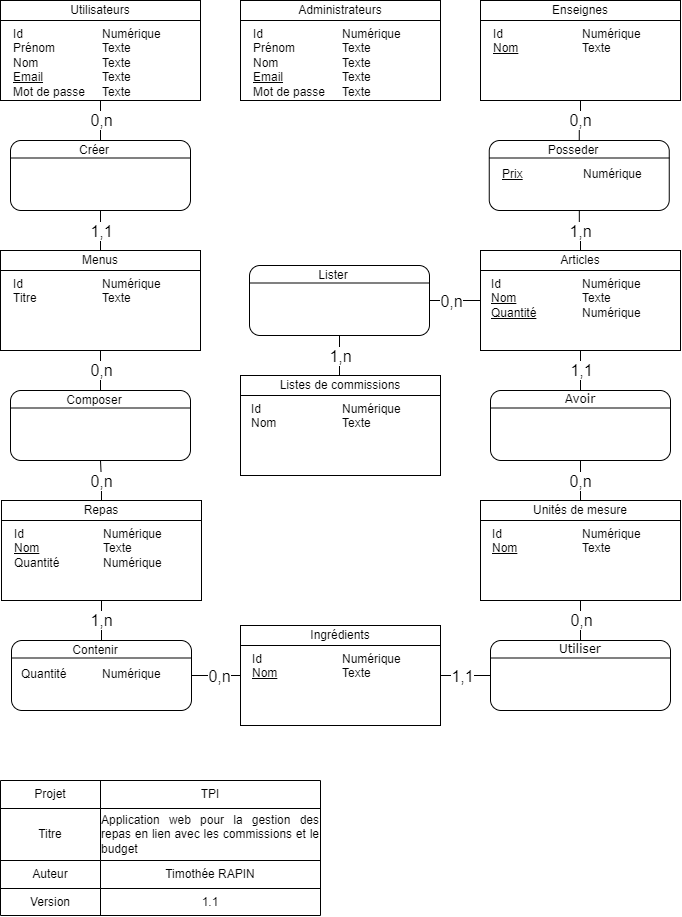
Before: Documentation/MCD-MLD/MCD.png, a diagram exported from draw.io (TimotheeRapin/WebAppGestionRepas). Source tidied: cells renumbered, new cells last; positions are measured from the earlier drawing's top-left corner, leaving out a move shared by most shapes.
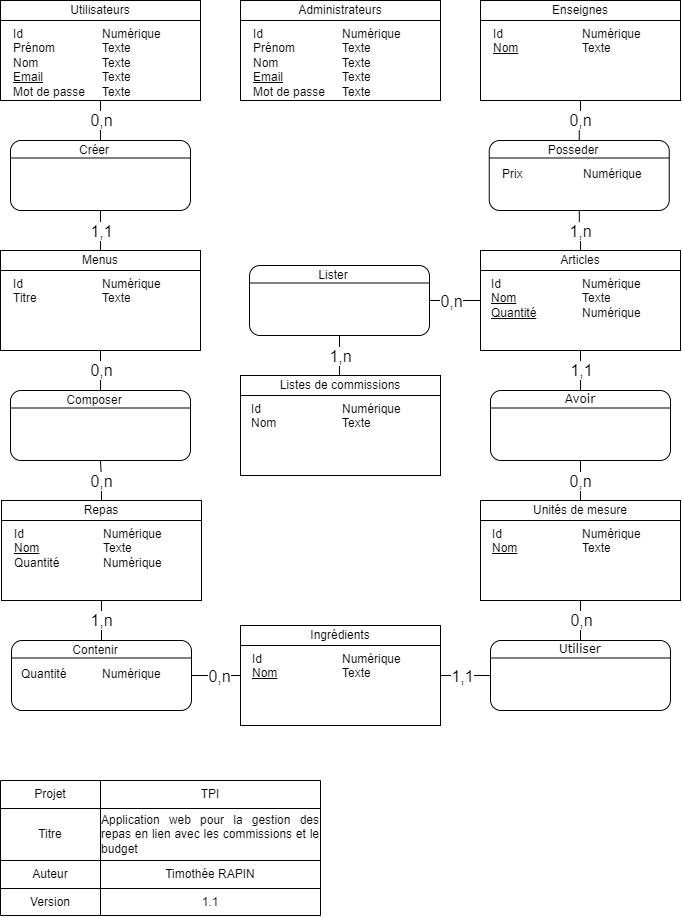
The same file after the commit.

The edit, as a diff of the source:
```diff
@@ -225,7 +225,7 @@
     <mxCell id="70" value="Posseder" style="text;html=1;strokeColor=none;fillColor=none;align=center;verticalAlign=middle;whiteSpace=wrap;rounded=0;" parent="1" vertex="1">
       <mxGeometry x="512.8" y="140" width="120" height="20" as="geometry" />
     </mxCell>
-    <mxCell id="71" value="&lt;u&gt;Prix&lt;/u&gt;" style="text;html=1;strokeColor=none;fillColor=none;align=left;verticalAlign=top;whiteSpace=wrap;rounded=0;" parent="1" vertex="1">
+    <mxCell id="71" value="Prix" style="text;html=1;strokeColor=none;fillColor=none;align=left;verticalAlign=top;whiteSpace=wrap;rounded=0;" parent="1" vertex="1">
       <mxGeometry x="500" y="160" width="90" height="60" as="geometry" />
     </mxCell>
     <mxCell id="72" value="Numérique" style="text;html=1;strokeColor=none;fillColor=none;align=left;verticalAlign=top;whiteSpace=wrap;rounded=0;" parent="1" vertex="1">
```
